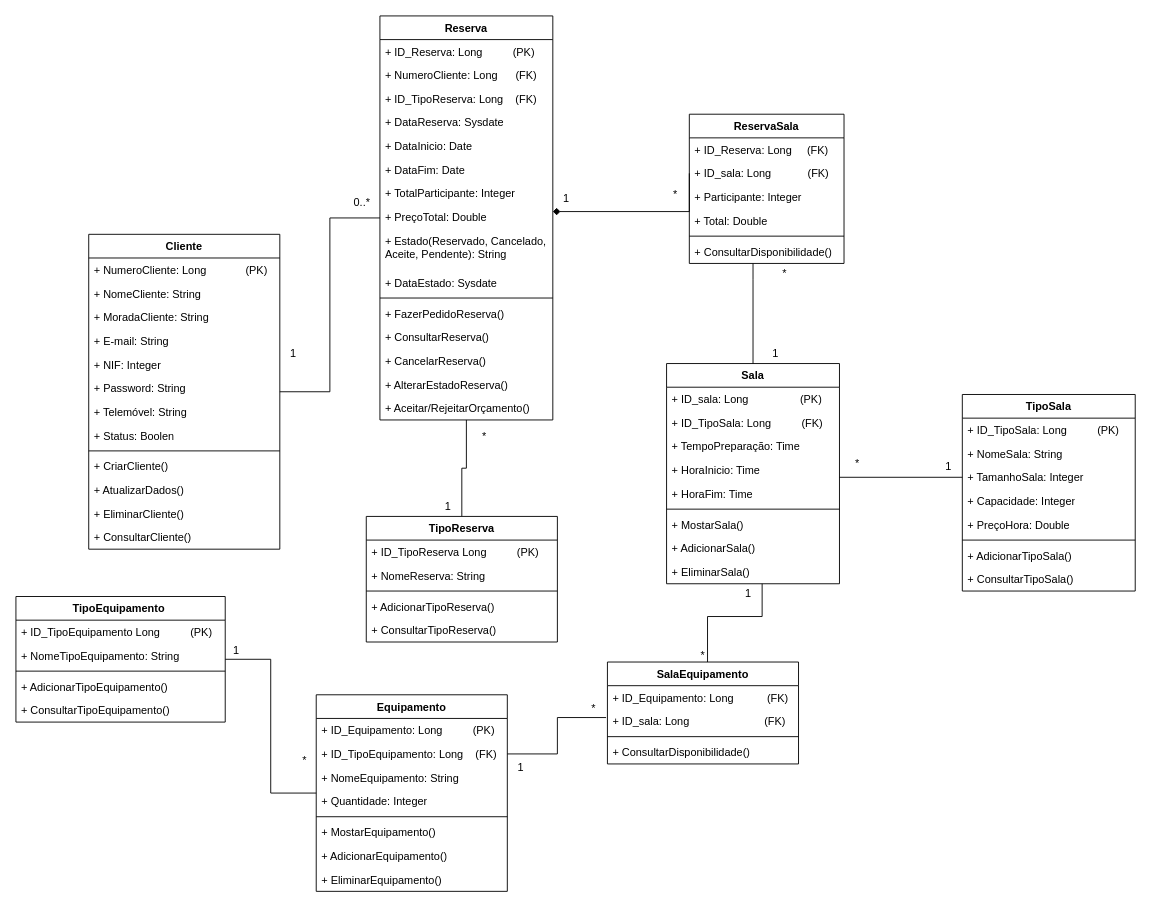
Earlier version of the draw.io diagram Diagrama de Classes.drawio (ic3K1ng/Rooms-Equipments). Source tidied: cells renumbered, new cells numbered last; positions are measured from the earlier drawing's top-left corner, leaving out a move shared by most shapes. Both pictures are drawn from the tidied source at 91%, with x=0, y=0 at pixel (15, 15).
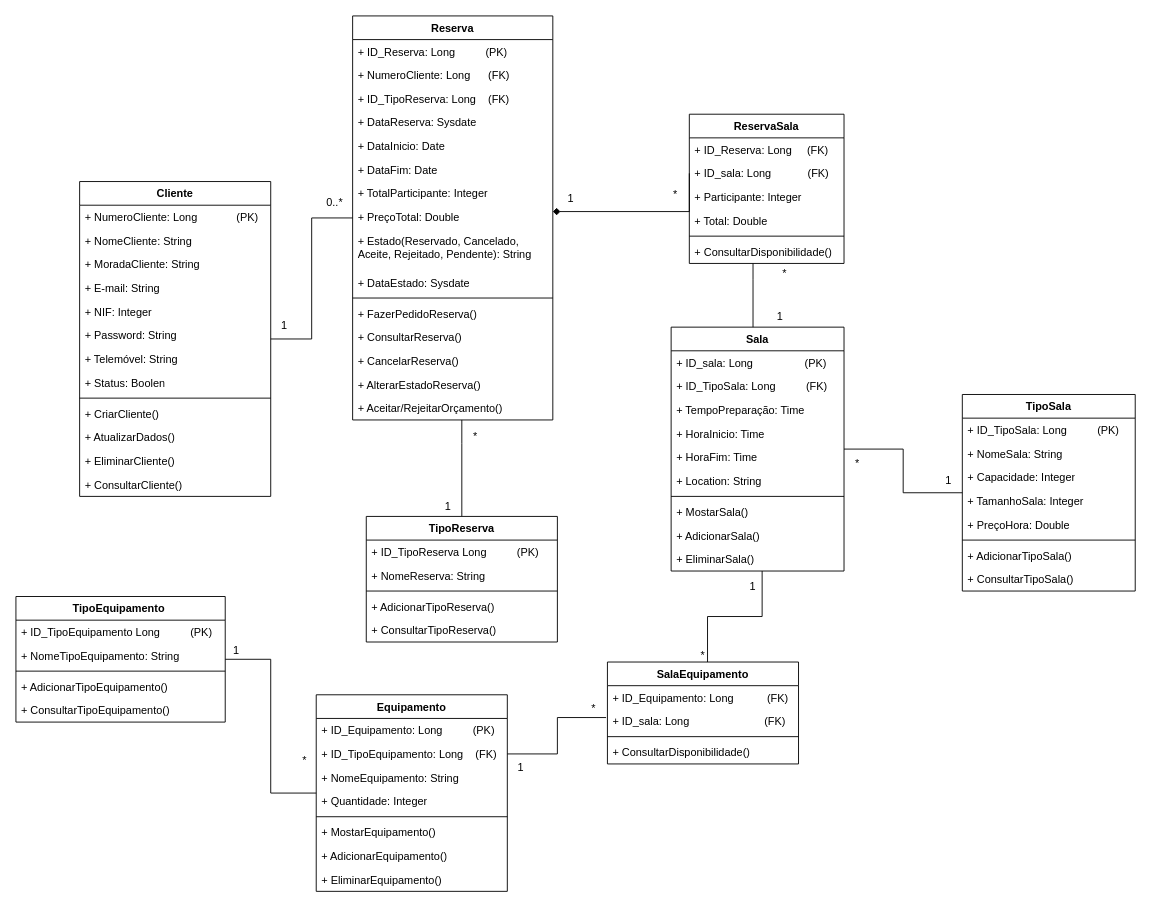
The same diagram, later.

The change refers to these unchanged cells:
```xml
<mxCell id="70" value="TipoSala" style="swimlane;fontStyle=1;align=center;verticalAlign=top;horizontal=1;startSize=26;whiteSpace=wrap;html=1;" parent="1" vertex="1">
  <mxGeometry x="1040" y="416" width="190" height="216" as="geometry" />
</mxCell>
<mxCell id="92" value="TipoReserva" style="swimlane;fontStyle=1;align=center;verticalAlign=top;horizontal=1;startSize=26;whiteSpace=wrap;html=1;" parent="1" vertex="1">
  <mxGeometry x="385" y="550" width="210" height="138" as="geometry" />
</mxCell>
```

Change to the diagram source:
```diff
@@
     <mxCell id="3" value="Cliente" style="swimlane;fontStyle=1;align=center;verticalAlign=top;horizontal=1;startSize=26;whiteSpace=wrap;html=1;" parent="1" vertex="1">
-      <mxGeometry x="80" y="240" width="210" height="346" as="geometry" />
+      <mxGeometry x="70" y="182" width="210" height="346" as="geometry" />
     </mxCell>
@@
     <mxCell id="18" value="Sala" style="swimlane;fontStyle=1;align=center;verticalAlign=top;horizontal=1;startSize=26;whiteSpace=wrap;html=1;" parent="1" vertex="1">
-      <mxGeometry x="715" y="382" width="190" height="242" as="geometry" />
+      <mxGeometry x="720" y="342" width="190" height="268" as="geometry" />
     </mxCell>
@@
+    <mxCell id="109" value="+ Location: String" style="text;strokeColor=none;fillColor=none;align=left;verticalAlign=top;spacingLeft=4;spacingRight=4;overflow=hidden;whiteSpace=wrap;html=1;" parent="18" vertex="1">
+      <mxGeometry y="156" width="190" height="26" as="geometry" />
+    </mxCell>
     <mxCell id="24" style="line;strokeWidth=1;fillColor=none;align=left;verticalAlign=middle;spacingTop=-1;spacingLeft=3;spacingRight=3;labelPosition=right;strokeColor=inherit;" parent="18" vertex="1">
-      <mxGeometry y="156" width="190" height="8" as="geometry" />
+      <mxGeometry y="182" width="190" height="8" as="geometry" />
     </mxCell>
     <mxCell id="25" value="+ MostarSala()" style="text;strokeColor=none;fillColor=none;align=left;verticalAlign=top;spacingLeft=4;spacingRight=4;overflow=hidden;whiteSpace=wrap;html=1;" parent="18" vertex="1">
-      <mxGeometry y="164" width="190" height="26" as="geometry" />
+      <mxGeometry y="190" width="190" height="26" as="geometry" />
     </mxCell>
     <mxCell id="26" value="+ AdicionarSala()" style="text;strokeColor=none;fillColor=none;align=left;verticalAlign=top;spacingLeft=4;spacingRight=4;overflow=hidden;whiteSpace=wrap;html=1;" parent="18" vertex="1">
-      <mxGeometry y="190" width="190" height="26" as="geometry" />
+      <mxGeometry y="216" width="190" height="26" as="geometry" />
     </mxCell>
     <mxCell id="27" value="+ EliminarSala()" style="text;strokeColor=none;fillColor=none;align=left;verticalAlign=top;spacingLeft=4;spacingRight=4;overflow=hidden;whiteSpace=wrap;html=1;" parent="18" vertex="1">
-      <mxGeometry y="216" width="190" height="26" as="geometry" />
+      <mxGeometry y="242" width="190" height="26" as="geometry" />
     </mxCell>
     <mxCell id="28" value="Reserva" style="swimlane;fontStyle=1;align=center;verticalAlign=top;horizontal=1;startSize=26;whiteSpace=wrap;html=1;" parent="1" vertex="1">
-      <mxGeometry x="400" width="190" height="444" as="geometry" />
+      <mxGeometry x="370" width="220" height="444" as="geometry" />
     </mxCell>
     <mxCell id="29" value="+ ID_Reserva: Long&amp;nbsp; &amp;nbsp; &amp;nbsp; &amp;nbsp; &amp;nbsp; (PK)" style="text;strokeColor=none;fillColor=none;align=left;verticalAlign=top;spacingLeft=4;spacingRight=4;overflow=hidden;whiteSpace=wrap;html=1;" parent="28" vertex="1">
-      <mxGeometry y="26" width="190" height="26" as="geometry" />
+      <mxGeometry y="26" width="220" height="26" as="geometry" />
     </mxCell>
     <mxCell id="30" value="+ NumeroCliente: Long&lt;span style=&quot;white-space: pre;&quot;&gt;&#9;&lt;/span&gt;&amp;nbsp; &amp;nbsp;(FK)" style="text;strokeColor=none;fillColor=none;align=left;verticalAlign=top;spacingLeft=4;spacingRight=4;overflow=hidden;whiteSpace=wrap;html=1;" parent="28" vertex="1">
-      <mxGeometry y="52" width="190" height="26" as="geometry" />
+      <mxGeometry y="52" width="220" height="26" as="geometry" />
     </mxCell>
     <mxCell id="31" value="+ ID_TipoReserva: Long&amp;nbsp; &amp;nbsp; (FK)" style="text;strokeColor=none;fillColor=none;align=left;verticalAlign=top;spacingLeft=4;spacingRight=4;overflow=hidden;whiteSpace=wrap;html=1;" parent="28" vertex="1">
-      <mxGeometry y="78" width="190" height="26" as="geometry" />
+      <mxGeometry y="78" width="220" height="26" as="geometry" />
     </mxCell>
     <mxCell id="32" value="+ DataReserva: Sysdate" style="text;strokeColor=none;fillColor=none;align=left;verticalAlign=top;spacingLeft=4;spacingRight=4;overflow=hidden;whiteSpace=wrap;html=1;" parent="28" vertex="1">
-      <mxGeometry y="104" width="190" height="26" as="geometry" />
+      <mxGeometry y="104" width="220" height="26" as="geometry" />
     </mxCell>
     <mxCell id="33" value="+ DataInicio: Date" style="text;strokeColor=none;fillColor=none;align=left;verticalAlign=top;spacingLeft=4;spacingRight=4;overflow=hidden;whiteSpace=wrap;html=1;" parent="28" vertex="1">
-      <mxGeometry y="130" width="190" height="26" as="geometry" />
+      <mxGeometry y="130" width="220" height="26" as="geometry" />
     </mxCell>
     <mxCell id="34" value="+ DataFim: Date" style="text;strokeColor=none;fillColor=none;align=left;verticalAlign=top;spacingLeft=4;spacingRight=4;overflow=hidden;whiteSpace=wrap;html=1;" parent="28" vertex="1">
-      <mxGeometry y="156" width="190" height="26" as="geometry" />
+      <mxGeometry y="156" width="220" height="26" as="geometry" />
     </mxCell>
     <mxCell id="35" value="+ TotalParticipante: Integer" style="text;strokeColor=none;fillColor=none;align=left;verticalAlign=top;spacingLeft=4;spacingRight=4;overflow=hidden;whiteSpace=wrap;html=1;" parent="28" vertex="1">
-      <mxGeometry y="182" width="190" height="26" as="geometry" />
+      <mxGeometry y="182" width="220" height="26" as="geometry" />
     </mxCell>
     <mxCell id="36" value="+ PreçoTotal: Double" style="text;strokeColor=none;fillColor=none;align=left;verticalAlign=top;spacingLeft=4;spacingRight=4;overflow=hidden;whiteSpace=wrap;html=1;" parent="28" vertex="1">
-      <mxGeometry y="208" width="190" height="26" as="geometry" />
+      <mxGeometry y="208" width="220" height="26" as="geometry" />
     </mxCell>
-    <mxCell id="37" value="+ Estado(Reservado, Cancelado, Aceite, Pendente): String" style="text;strokeColor=none;fillColor=none;align=left;verticalAlign=top;spacingLeft=4;spacingRight=4;overflow=hidden;whiteSpace=wrap;html=1;" parent="28" vertex="1">
-      <mxGeometry y="234" width="190" height="46" as="geometry" />
+    <mxCell id="37" value="+ Estado(Reservado, Cancelado, Aceite, Rejeitado, Pendente): String" style="text;strokeColor=none;fillColor=none;align=left;verticalAlign=top;spacingLeft=4;spacingRight=4;overflow=hidden;whiteSpace=wrap;html=1;" parent="28" vertex="1">
+      <mxGeometry y="234" width="220" height="46" as="geometry" />
     </mxCell>
     <mxCell id="38" value="+ DataEstado: Sysdate" style="text;strokeColor=none;fillColor=none;align=left;verticalAlign=top;spacingLeft=4;spacingRight=4;overflow=hidden;whiteSpace=wrap;html=1;" parent="28" vertex="1">
-      <mxGeometry y="280" width="190" height="26" as="geometry" />
+      <mxGeometry y="280" width="220" height="26" as="geometry" />
     </mxCell>
     <mxCell id="39" style="line;strokeWidth=1;fillColor=none;align=left;verticalAlign=middle;spacingTop=-1;spacingLeft=3;spacingRight=3;labelPosition=right;strokeColor=inherit;" parent="28" vertex="1">
-      <mxGeometry y="306" width="190" height="8" as="geometry" />
+      <mxGeometry y="306" width="220" height="8" as="geometry" />
     </mxCell>
     <mxCell id="40" value="+ FazerPedidoReserva()" style="text;strokeColor=none;fillColor=none;align=left;verticalAlign=top;spacingLeft=4;spacingRight=4;overflow=hidden;whiteSpace=wrap;html=1;" parent="28" vertex="1">
-      <mxGeometry y="314" width="190" height="26" as="geometry" />
+      <mxGeometry y="314" width="220" height="26" as="geometry" />
     </mxCell>
     <mxCell id="41" value="+ ConsultarReserva()" style="text;strokeColor=none;fillColor=none;align=left;verticalAlign=top;spacingLeft=4;spacingRight=4;overflow=hidden;whiteSpace=wrap;html=1;" parent="28" vertex="1">
-      <mxGeometry y="340" width="190" height="26" as="geometry" />
+      <mxGeometry y="340" width="220" height="26" as="geometry" />
     </mxCell>
     <mxCell id="42" value="+ CancelarReserva()" style="text;strokeColor=none;fillColor=none;align=left;verticalAlign=top;spacingLeft=4;spacingRight=4;overflow=hidden;whiteSpace=wrap;html=1;" parent="28" vertex="1">
-      <mxGeometry y="366" width="190" height="26" as="geometry" />
+      <mxGeometry y="366" width="220" height="26" as="geometry" />
     </mxCell>
     <mxCell id="43" value="+ AlterarEstadoReserva()" style="text;strokeColor=none;fillColor=none;align=left;verticalAlign=top;spacingLeft=4;spacingRight=4;overflow=hidden;whiteSpace=wrap;html=1;" parent="28" vertex="1">
-      <mxGeometry y="392" width="190" height="26" as="geometry" />
+      <mxGeometry y="392" width="220" height="26" as="geometry" />
     </mxCell>
     <mxCell id="44" value="+ Aceitar/RejeitarOrçamento()" style="text;strokeColor=none;fillColor=none;align=left;verticalAlign=top;spacingLeft=4;spacingRight=4;overflow=hidden;whiteSpace=wrap;html=1;" parent="28" vertex="1">
-      <mxGeometry y="418" width="190" height="26" as="geometry" />
+      <mxGeometry y="418" width="220" height="26" as="geometry" />
     </mxCell>
@@
     <mxCell id="54" value="0..*" style="text;html=1;align=center;verticalAlign=middle;strokeColor=none;fillColor=none;" parent="1" vertex="1">
-      <mxGeometry x="360" y="190" width="40" height="30" as="geometry" />
+      <mxGeometry x="330" y="190" width="40" height="30" as="geometry" />
     </mxCell>
@@
+    <mxCell id="74" value="+ Capacidade: Integer" style="text;strokeColor=none;fillColor=none;align=left;verticalAlign=top;spacingLeft=4;spacingRight=4;overflow=hidden;whiteSpace=wrap;html=1;" parent="70" vertex="1">
+      <mxGeometry y="78" width="190" height="26" as="geometry" />
+    </mxCell>
     <mxCell id="73" value="+ TamanhoSala: Integer" style="text;strokeColor=none;fillColor=none;align=left;verticalAlign=top;spacingLeft=4;spacingRight=4;overflow=hidden;points=[[0,0.5],[1,0.5]];portConstraint=eastwest;whiteSpace=wrap;html=1;" parent="70" vertex="1">
-      <mxGeometry y="78" width="190" height="26" as="geometry" />
+      <mxGeometry y="104" width="190" height="26" as="geometry" />
     </mxCell>
-    <mxCell id="74" value="+ Capacidade: Integer" style="text;strokeColor=none;fillColor=none;align=left;verticalAlign=top;spacingLeft=4;spacingRight=4;overflow=hidden;whiteSpace=wrap;html=1;" parent="70" vertex="1">
-      <mxGeometry y="104" width="190" height="26" as="geometry" />
-    </mxCell>
@@
-    <mxCell id="79" style="edgeStyle=orthogonalEdgeStyle;rounded=0;jettySize=auto;html=1;endArrow=none;endFill=0;" parent="1" edge="1" source="73" target="18">
-      <mxGeometry relative="1" as="geometry">
-        <Array as="points">
-          <mxPoint x="1080" y="507" />
-          <mxPoint x="1080" y="507" />
-        </Array>
-      </mxGeometry>
+    <mxCell id="79" style="edgeStyle=orthogonalEdgeStyle;rounded=0;jettySize=auto;html=1;endArrow=none;endFill=0;" parent="1" edge="1" source="70" target="18">
+      <mxGeometry relative="1" as="geometry" />
     </mxCell>
     <mxCell id="80" value="1" style="text;html=1;align=center;verticalAlign=middle;whiteSpace=wrap;rounded=0;" parent="1" vertex="1">
-      <mxGeometry x="290" y="360" width="30" height="22" as="geometry" />
+      <mxGeometry x="280" y="330" width="30" height="22" as="geometry" />
     </mxCell>
@@
     <mxCell id="84" value="1" style="text;html=1;align=center;verticalAlign=middle;whiteSpace=wrap;rounded=0;" parent="1" vertex="1">
-      <mxGeometry x="790" y="624" width="30" height="22" as="geometry" />
+      <mxGeometry x="795" y="616" width="30" height="22" as="geometry" />
     </mxCell>
     <mxCell id="85" value="1" style="text;html=1;align=center;verticalAlign=middle;whiteSpace=wrap;rounded=0;" parent="1" vertex="1">
-      <mxGeometry x="1010" y="485" width="30" height="22" as="geometry" />
+      <mxGeometry x="1010" y="500" width="30" height="22" as="geometry" />
     </mxCell>
@@
     <mxCell id="88" value="1" style="text;html=1;align=center;verticalAlign=middle;whiteSpace=wrap;rounded=0;" parent="1" vertex="1">
-      <mxGeometry x="820" y="360" width="30" height="22" as="geometry" />
+      <mxGeometry x="825" y="320" width="30" height="22" as="geometry" />
     </mxCell>
     <mxCell id="89" value="1" style="text;html=1;align=center;verticalAlign=middle;whiteSpace=wrap;rounded=0;" parent="1" vertex="1">
-      <mxGeometry x="590" y="190" width="30" height="22" as="geometry" />
+      <mxGeometry x="595" y="190" width="30" height="22" as="geometry" />
     </mxCell>
@@
     <mxCell id="91" style="edgeStyle=orthogonalEdgeStyle;rounded=0;jettySize=auto;html=1;endArrow=none;endFill=0;" parent="1" edge="1" source="92" target="28">
-      <mxGeometry relative="1" as="geometry" />
+      <mxGeometry relative="1" as="geometry">
+        <Array as="points">
+          <mxPoint x="490" y="470" />
+          <mxPoint x="490" y="470" />
+        </Array>
+      </mxGeometry>
     </mxCell>
@@
     <mxCell id="98" value="*" style="text;html=1;align=center;verticalAlign=middle;whiteSpace=wrap;rounded=0;" parent="1" vertex="1">
-      <mxGeometry x="500" y="447" width="30" height="30" as="geometry" />
+      <mxGeometry x="490" y="447" width="30" height="30" as="geometry" />
     </mxCell>
```
